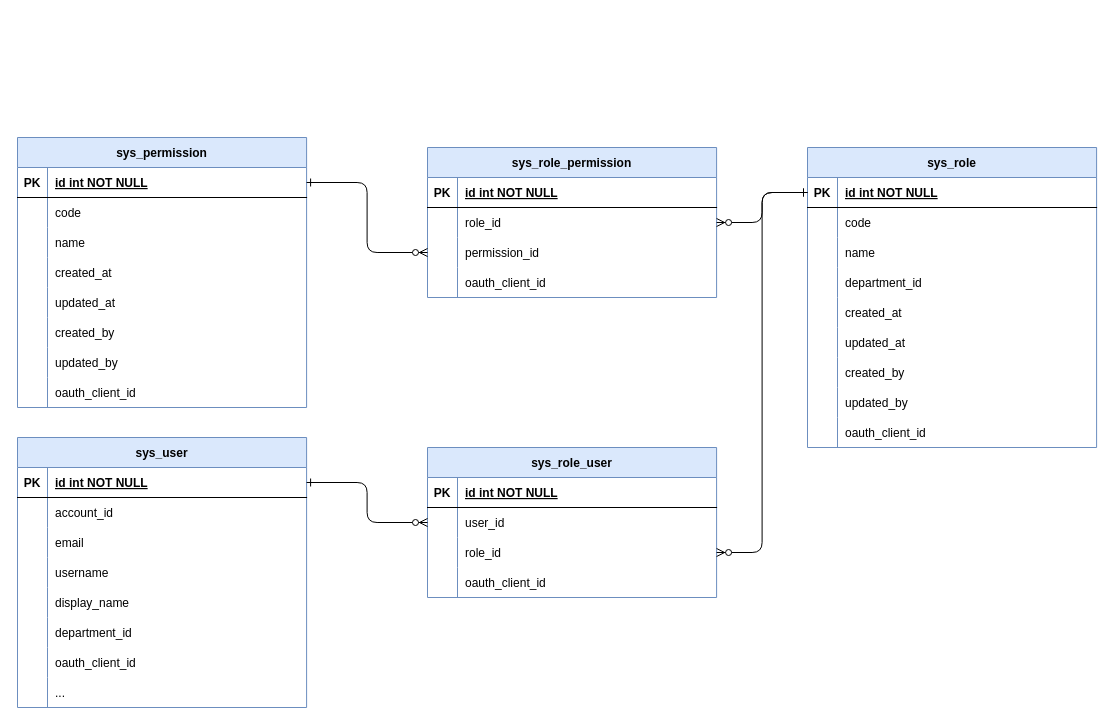
The draw.io diagram page "iam" (6 of 6) of Resource_Pool2.drawio in LiuJin1203/graph, before the edit. Source tidied: cells renumbered, new cells numbered last; positions are measured from the earlier drawing's top-left corner, leaving out a move shared by most shapes. Both pictures are drawn from the tidied source at 100%, with x=0, y=0 at pixel (17, 137).
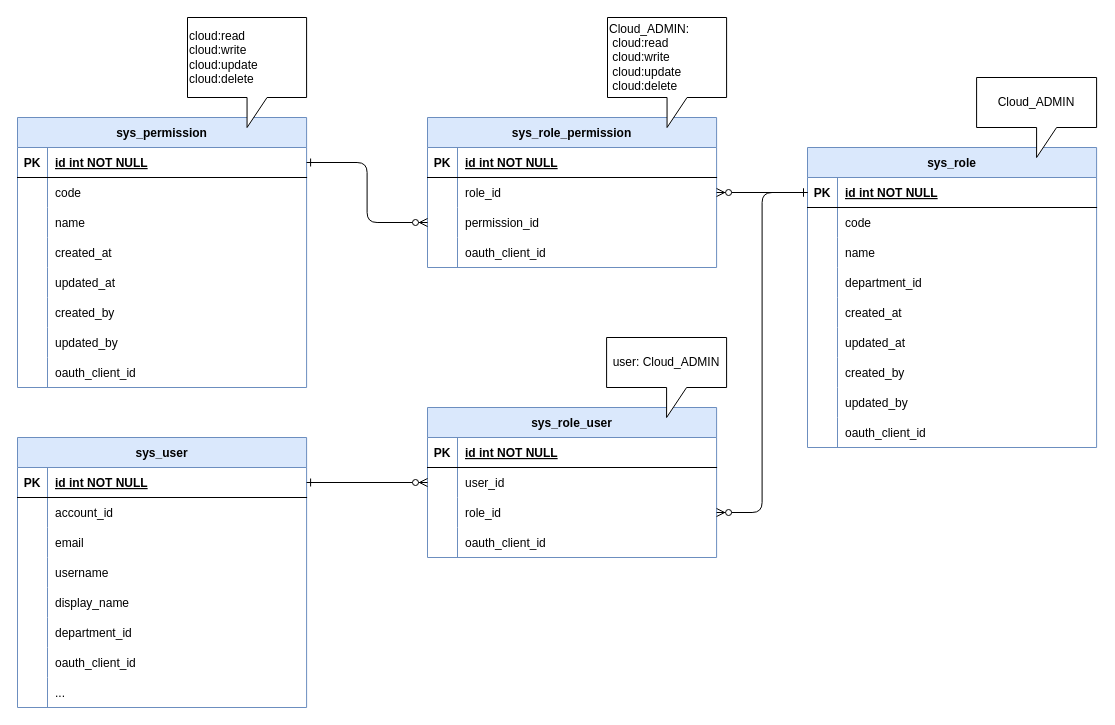
The same page after the edit.

What changed in the source:
```diff
@@
     <mxCell id="2" value="sys_permission" style="shape=table;startSize=30;childLayout=tableLayout;rowLines=0;fontStyle=1;align=center;fillColor=#dae8fc;strokeColor=#6c8ebf;" parent="1" vertex="1">
-      <mxGeometry width="289.1" height="270" as="geometry" />
+      <mxGeometry y="-20" width="289.1" height="270" as="geometry" />
     </mxCell>
@@
     <mxCell id="55" value="sys_role_permission" style="shape=table;startSize=30;childLayout=tableLayout;rowLines=0;fontStyle=1;align=center;fillColor=#dae8fc;strokeColor=#6c8ebf;" parent="1" vertex="1">
-      <mxGeometry x="410" y="10" width="289.1" height="150" as="geometry" />
+      <mxGeometry x="410" y="-20" width="289.1" height="150" as="geometry" />
     </mxCell>
@@
     <mxCell id="70" value="sys_role_user" style="shape=table;startSize=30;childLayout=tableLayout;rowLines=0;fontStyle=1;align=center;fillColor=#dae8fc;strokeColor=#6c8ebf;" parent="1" vertex="1">
-      <mxGeometry x="410" y="310" width="289.1" height="150" as="geometry" />
+      <mxGeometry x="410" y="270" width="289.1" height="150" as="geometry" />
     </mxCell>
@@
+    <mxCell id="110" value="Cloud_ADMIN" style="shape=callout;whiteSpace=wrap;html=1;perimeter=calloutPerimeter;" parent="1" vertex="1">
+      <mxGeometry x="959.1" y="-60" width="120" height="80" as="geometry" />
+    </mxCell>
+    <mxCell id="111" value="cloud:read&lt;br&gt;cloud:write&lt;br&gt;cloud:update&lt;br&gt;cloud:delete" style="shape=callout;whiteSpace=wrap;html=1;perimeter=calloutPerimeter;align=left;" parent="1" vertex="1">
+      <mxGeometry x="170" y="-120" width="119.1" height="110" as="geometry" />
+    </mxCell>
+    <mxCell id="112" value="&lt;span style=&quot;text-align: center;&quot;&gt;Cloud_ADMIN:&lt;br&gt;&lt;/span&gt;&lt;span style=&quot;background-color: initial;&quot;&gt;&lt;span style=&quot;white-space: pre;&quot;&gt; &lt;/span&gt;cloud:read&lt;br&gt;&lt;/span&gt;&lt;span style=&quot;background-color: initial;&quot;&gt;&lt;span style=&quot;white-space: pre;&quot;&gt; &lt;/span&gt;cloud:write&lt;br&gt;&lt;/span&gt;&lt;span style=&quot;background-color: initial;&quot;&gt;&lt;span style=&quot;white-space: pre;&quot;&gt; &lt;/span&gt;cloud:update&lt;br&gt;&lt;/span&gt;&lt;span style=&quot;background-color: initial;&quot;&gt;&lt;span style=&quot;white-space: pre;&quot;&gt; &lt;/span&gt;cloud:delete&lt;/span&gt;&lt;span style=&quot;background-color: initial;&quot;&gt;&lt;br&gt;&lt;/span&gt;" style="shape=callout;whiteSpace=wrap;html=1;perimeter=calloutPerimeter;align=left;" parent="1" vertex="1">
+      <mxGeometry x="590" y="-120" width="119.1" height="110" as="geometry" />
+    </mxCell>
+    <mxCell id="113" value="user: Cloud_ADMIN" style="shape=callout;whiteSpace=wrap;html=1;perimeter=calloutPerimeter;" parent="1" vertex="1">
+      <mxGeometry x="589.1" y="200" width="120" height="80" as="geometry" />
+    </mxCell>
```
